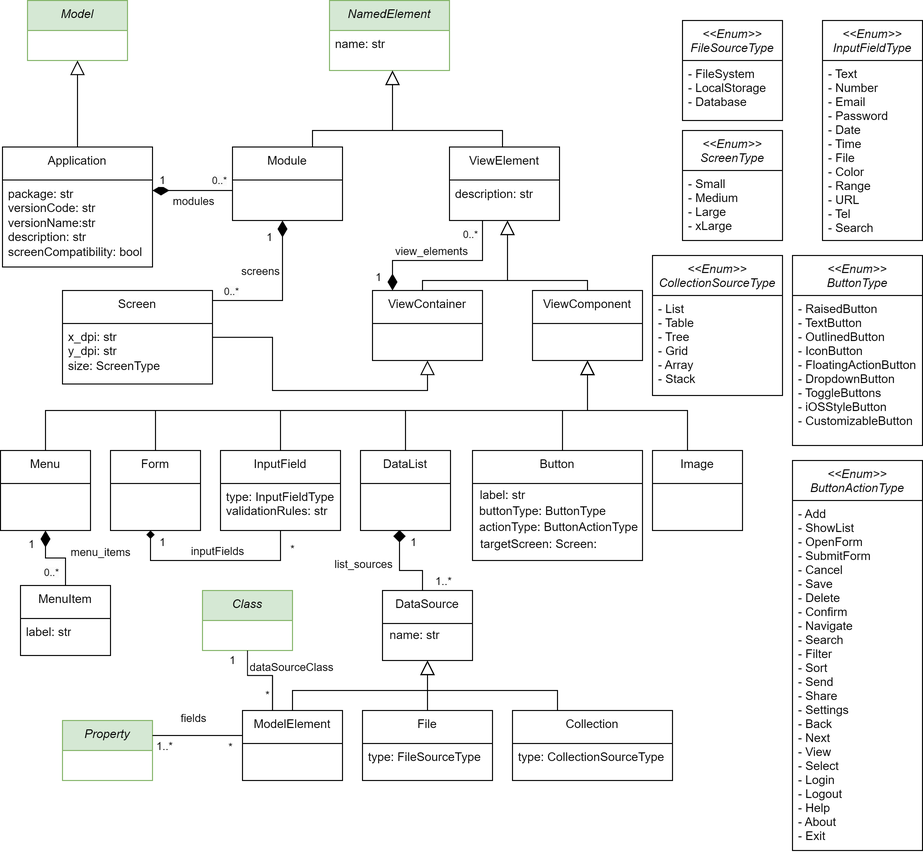
Earlier version of the draw.io export docs/source/img/gui_mm.png (BESSER-PEARL/BESSER). Source tidied: cells renumbered, new cells last; positions are measured from the earlier drawing's top-left corner, leaving out a move shared by most shapes.
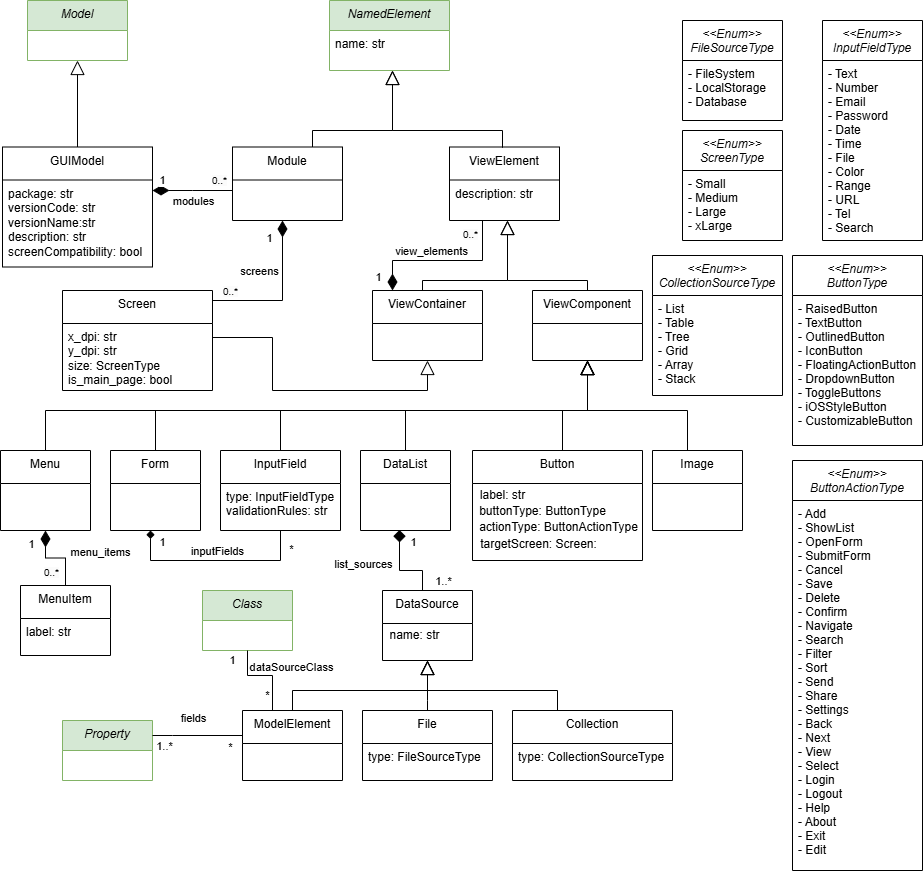
After the change.

The edit, as a diff of the source:
```diff
@@ -11,7 +11,7 @@
     <mxCell id="4" value="Module" style="swimlane;fontStyle=0;align=center;verticalAlign=top;horizontal=1;startSize=33;rounded=0;shadow=0;strokeWidth=1;" parent="1" vertex="1">
       <mxGeometry x="232" y="146.5" width="110" height="73.5" as="geometry" />
     </mxCell>
-    <mxCell id="5" value="Application" style="swimlane;fontStyle=0;align=center;verticalAlign=top;horizontal=1;startSize=33;rounded=0;shadow=0;strokeWidth=1;" parent="1" vertex="1">
+    <mxCell id="5" value="GUIModel" style="swimlane;fontStyle=0;align=center;verticalAlign=top;horizontal=1;startSize=33;rounded=0;shadow=0;strokeWidth=1;" parent="1" vertex="1">
       <mxGeometry x="2" y="146.5" width="150" height="120" as="geometry" />
     </mxCell>
     <mxCell id="6" value="&lt;div&gt;package: str&lt;br&gt;versionCode: str&lt;br&gt;versionName:str&lt;br&gt;&lt;/div&gt;&lt;div&gt;description: str&lt;/div&gt;&lt;div&gt;screenCompatibility: bool&lt;/div&gt;" style="text;strokeColor=none;fillColor=none;align=left;verticalAlign=top;spacingLeft=4;spacingRight=4;overflow=hidden;whiteSpace=wrap;html=1;" parent="5" vertex="1">
@@ -124,10 +124,10 @@
       </mxGeometry>
     </mxCell>
     <mxCell id="29" value="Screen" style="swimlane;fontStyle=0;align=center;verticalAlign=top;horizontal=1;startSize=33;rounded=0;shadow=0;strokeWidth=1;" parent="1" vertex="1">
-      <mxGeometry x="62" y="290" width="150" height="93.5" as="geometry" />
+      <mxGeometry x="62" y="290" width="150" height="100" as="geometry" />
     </mxCell>
-    <mxCell id="30" value="&lt;div&gt;x_dpi: str&lt;/div&gt;&lt;div&gt;y_dpi: str&lt;/div&gt;&lt;div&gt;size: ScreenType&lt;/div&gt;" style="text;strokeColor=none;fillColor=none;align=left;verticalAlign=top;spacingLeft=4;spacingRight=4;overflow=hidden;whiteSpace=wrap;html=1;" parent="29" vertex="1">
-      <mxGeometry y="33" width="150" height="57" as="geometry" />
+    <mxCell id="30" value="&lt;div&gt;x_dpi: str&lt;/div&gt;&lt;div&gt;y_dpi: str&lt;/div&gt;&lt;div&gt;size: ScreenType&lt;/div&gt;&lt;div&gt;is_main_page: bool&lt;/div&gt;" style="text;strokeColor=none;fillColor=none;align=left;verticalAlign=top;spacingLeft=4;spacingRight=4;overflow=hidden;whiteSpace=wrap;html=1;" parent="29" vertex="1">
+      <mxGeometry y="33" width="150" height="67" as="geometry" />
     </mxCell>
     <mxCell id="31" style="endArrow=block;endSize=12;endFill=0;html=1;rounded=0;edgeStyle=orthogonalEdgeStyle;" parent="1" edge="1">
       <mxGeometry relative="1" as="geometry">
@@ -434,10 +434,10 @@
       <mxGeometry x="468" y="529" width="140" height="30" as="geometry" />
     </mxCell>
     <mxCell id="91" value="&lt;&lt;Enum&gt;&gt;&#10;ButtonActionType" style="swimlane;fontStyle=2;horizontal=1;startSize=40;" parent="1" vertex="1">
-      <mxGeometry x="792" y="460" width="130" height="390" as="geometry" />
+      <mxGeometry x="792" y="460" width="130" height="410" as="geometry" />
     </mxCell>
-    <mxCell id="92" value="- Add&#10;- ShowList&#10;- OpenForm&#10;- SubmitForm&#10;- Cancel&#10;- Save&#10;- Delete&#10;- Confirm&#10;- Navigate&#10;- Search&#10;- Filter&#10;- Sort&#10;- Send&#10;- Share&#10;- Settings&#10;- Back&#10;- Next&#10;- View&#10;- Select&#10;- Login&#10;- Logout&#10;- Help&#10;- About&#10;- Exit&#10;" style="text;align=left;verticalAlign=top;spacingLeft=4;spacingRight=4;overflow=hidden;" parent="91" vertex="1">
-      <mxGeometry y="40" width="130" height="350" as="geometry" />
+    <mxCell id="92" value="- Add&#10;- ShowList&#10;- OpenForm&#10;- SubmitForm&#10;- Cancel&#10;- Save&#10;- Delete&#10;- Confirm&#10;- Navigate&#10;- Search&#10;- Filter&#10;- Sort&#10;- Send&#10;- Share&#10;- Settings&#10;- Back&#10;- Next&#10;- View&#10;- Select&#10;- Login&#10;- Logout&#10;- Help&#10;- About&#10;- Exit&#10;- Edit&#10;" style="text;align=left;verticalAlign=top;spacingLeft=4;spacingRight=4;overflow=hidden;" parent="91" vertex="1">
+      <mxGeometry y="40" width="130" height="370" as="geometry" />
     </mxCell>
     <mxCell id="93" value="&lt;&lt;Enum&gt;&gt;&#10;ButtonType" style="swimlane;fontStyle=2;horizontal=1;startSize=40;" parent="1" vertex="1">
       <mxGeometry x="792" y="255" width="130" height="190" as="geometry" />
```
